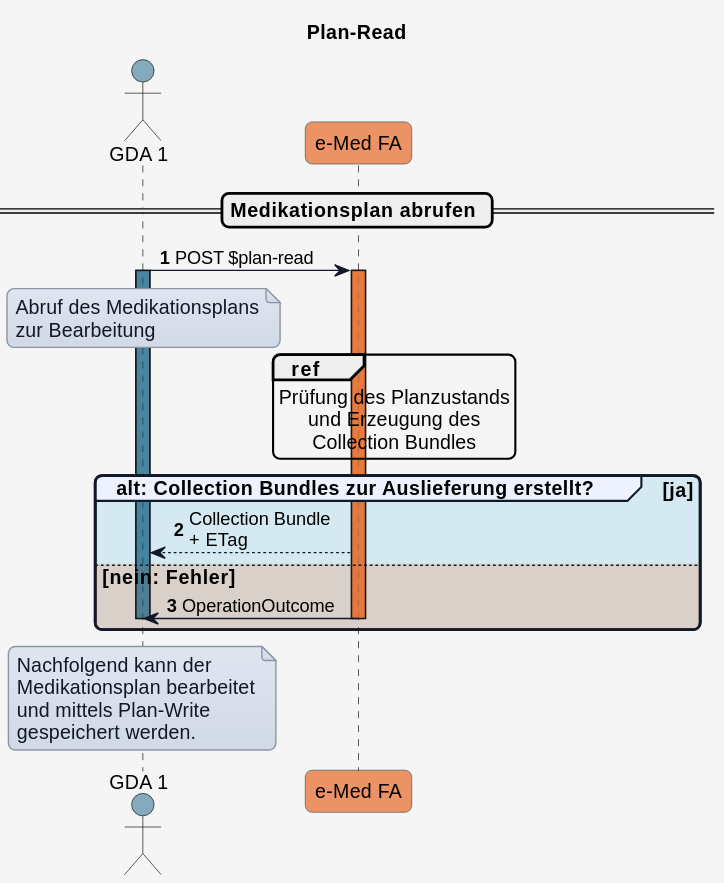
The PlantUML diagram r4-ELGA-e-Medikation-main/plantuml/UC_eMed_01_01.svg in HL7Austria/hl7austria.github.io, before a commit. The source it was exported from:
```plantuml
@startuml
title Plan-Read


skinparam borderColor #000000
skinparam backgroundColor #f5f5f5
skinparam shadowing false
skinparam roundCorner 10
skinparam defaultFontName "Arial"
skinparam defaultFontSize 14
skinparam defaultFontColor #000000
skinparam HyperlinkColor #0000EE
skinparam HyperlinkUnderline false
skinparam BoxPadding 20
skinparam BoxBorderColor #555555

skinparam note {
  BackgroundColor #e0e5f0-#d1d9e6
  BorderColor #8b95a5
  BorderThickness 1
  RoundCorner 0
  Padding 6
  FontColor #111827
  Shadowing false
}

skinparam sequence {
  ParticipantBorderColor #555555
  ParticipantBackgroundColor #ffffff
  ParticipantFontColor #000000
  ParticipantFontSize 14
  ParticipantPadding 20
  ArrowColor #111827
  ArrowThickness 1
  ArrowFontColor #000000
  ArrowFontSize 13
  GroupBorderColor #111827
  GroupBackgroundColor #eef2ff
  GroupBorderThickness 2
}

!define COLOR_GDA_1    #15608280
!define COLOR_GDA_2    #96607D80
!define COLOR_PATIENT  #196B2480
!define COLOR_APO      #0F9ED590
!define COLOR_EMED_FA  #e97232bd
!define COLOR_E_REZEPT #cd3732a9

!define COLOR_OK       #0F9ED525
!define COLOR_ERROR    #E9713235

actor GDA_1 as "GDA 1" COLOR_GDA_1
participant eMed_FA as "e-Med FA" COLOR_EMED_FA


autonumber


== Medikationsplan abrufen ==

GDA_1 -> eMed_FA: POST $plan-read
activate GDA_1 COLOR_GDA_1

note over GDA_1
Abruf des Medikationsplans
zur Bearbeitung
end note

activate eMed_FA COLOR_EMED_FA

ref over eMed_FA
Prüfung des Planzustands
und Erzeugung des
Collection Bundles
end ref

group COLOR_OK alt: Collection Bundles zur Auslieferung erstellt? [ja]
  eMed_FA --> GDA_1: Collection Bundle\n+ ETag
else COLOR_ERROR nein: Fehler
  eMed_FA -> GDA_1: OperationOutcome
  deactivate GDA_1
  deactivate eMed_FA
end


note over GDA_1
Nachfolgend kann der
Medikationsplan bearbeitet
und mittels Plan-Write
gespeichert werden.
end note
@enduml
```
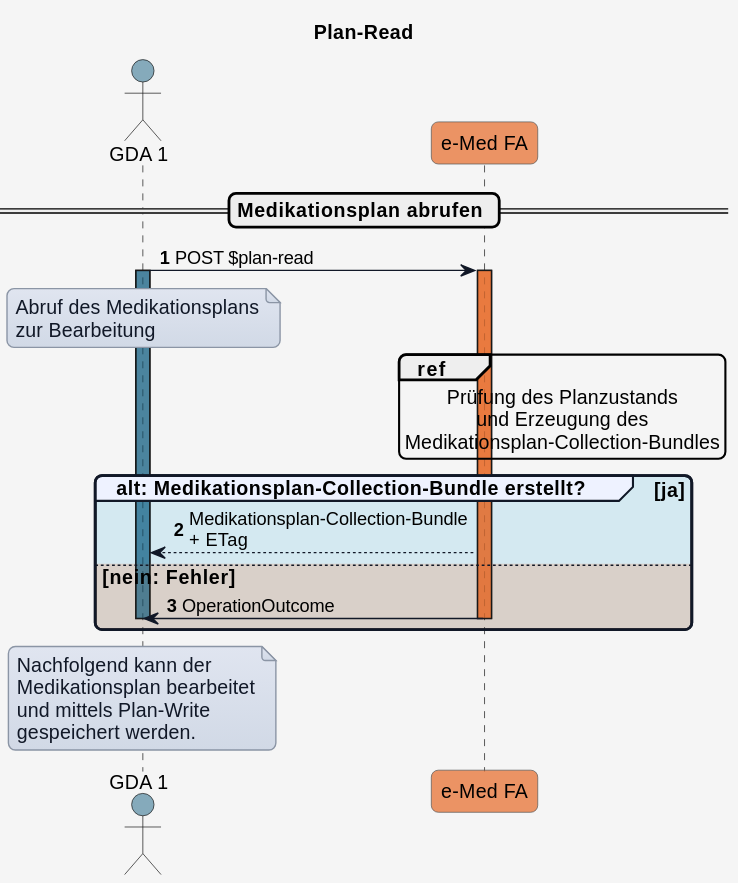
After the change.

Change to the diagram source:
```diff
@@ -71,11 +71,11 @@
 ref over eMed_FA
 Prüfung des Planzustands
 und Erzeugung des
-Collection Bundles
+Medikationsplan-Collection-Bundles
 end ref
 
-group COLOR_OK alt: Collection Bundles zur Auslieferung erstellt? [ja]
-  eMed_FA --> GDA_1: Collection Bundle\n+ ETag
+group COLOR_OK alt: Medikationsplan-Collection-Bundle erstellt? [ja]
+  eMed_FA --> GDA_1: Medikationsplan-Collection-Bundle\n+ ETag
 else COLOR_ERROR nein: Fehler
   eMed_FA -> GDA_1: OperationOutcome
   deactivate GDA_1
```
